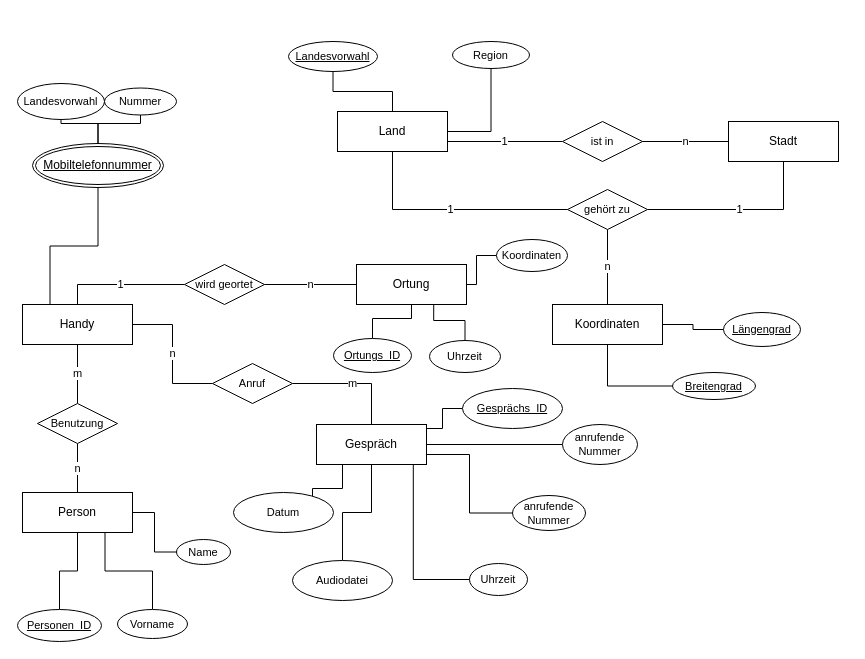
This is Geheimdienst_ER-Modell.drawio from clemens29/Datenbanksysteme-I, a draw.io file, before an edit. Source tidied: cells renumbered, new cells numbered last; positions are measured from the earlier drawing's top-left corner, leaving out a move shared by most shapes. Both pictures are drawn from the tidied source at 100%, with x=0, y=0 at pixel (17, 41).
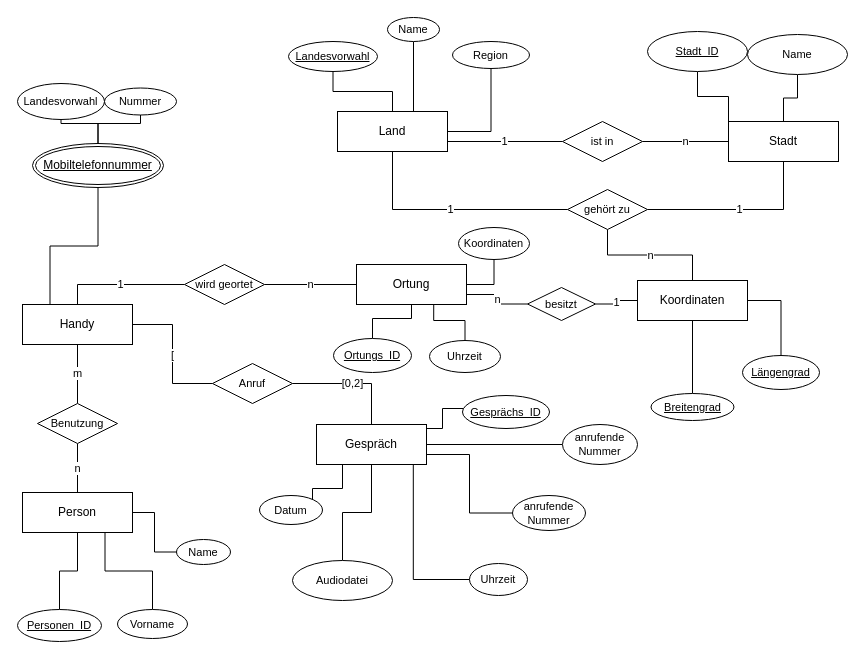
The same page after the edit.

The change refers to these unchanged cells:
```xml
<mxCell id="2" value="Handy" style="whiteSpace=wrap;html=1;align=center;" parent="1" vertex="1">
  <mxGeometry x="5" y="263" width="110" height="40" as="geometry" />
</mxCell>
<mxCell id="4" value="Land" style="whiteSpace=wrap;html=1;align=center;" parent="1" vertex="1">
  <mxGeometry x="320" y="70" width="110" height="40" as="geometry" />
</mxCell>
<mxCell id="6" value="Ortung" style="whiteSpace=wrap;html=1;align=center;" parent="1" vertex="1">
  <mxGeometry x="339" y="223" width="110" height="40" as="geometry" />
</mxCell>
<mxCell id="10" value="Stadt" style="whiteSpace=wrap;html=1;align=center;" parent="1" vertex="1">
  <mxGeometry x="711" y="80" width="110" height="40" as="geometry" />
</mxCell>
<mxCell id="14" value="Gespräch" style="whiteSpace=wrap;html=1;align=center;" parent="1" vertex="1">
  <mxGeometry x="299" y="383" width="110" height="40" as="geometry" />
</mxCell>
<mxCell id="28" value="Anruf" style="shape=rhombus;perimeter=rhombusPerimeter;whiteSpace=wrap;html=1;align=center;fontFamily=Helvetica;fontSize=11;fontColor=default;" parent="1" vertex="1">
  <mxGeometry x="195" y="322" width="80" height="40" as="geometry" />
</mxCell>
```

What changed in the source:
```diff
@@
+    <mxCell id="64" value="[" style="edgeStyle=orthogonalEdgeStyle;shape=connector;rounded=0;jettySize=auto;html=1;entryX=0;entryY=0.5;entryDx=0;entryDy=0;labelBackgroundColor=default;strokeColor=default;fontFamily=Helvetica;fontSize=11;fontColor=default;endArrow=none;endFill=0;" parent="1" edge="1" source="2" target="28">
+      <mxGeometry x="0.02" relative="1" as="geometry" />
+    </mxCell>
@@
     <mxCell id="8" value="Koordinaten" style="whiteSpace=wrap;html=1;align=center;" parent="1" vertex="1">
-      <mxGeometry x="535" y="263" width="110" height="40" as="geometry" />
+      <mxGeometry x="620" y="239" width="110" height="40" as="geometry" />
     </mxCell>
@@
-    <mxCell id="26" value="n" style="edgeStyle=orthogonalEdgeStyle;shape=connector;rounded=0;jettySize=auto;html=1;entryX=1;entryY=0.5;entryDx=0;entryDy=0;labelBackgroundColor=default;strokeColor=default;fontFamily=Helvetica;fontSize=11;fontColor=default;endArrow=none;endFill=0;" parent="1" edge="1" source="28" target="2">
-      <mxGeometry relative="1" as="geometry" />
-    </mxCell>
-    <mxCell id="27" value="m" style="edgeStyle=orthogonalEdgeStyle;shape=connector;rounded=0;jettySize=auto;html=1;entryX=0.5;entryY=0;entryDx=0;entryDy=0;labelBackgroundColor=default;strokeColor=default;fontFamily=Helvetica;fontSize=11;fontColor=default;endArrow=none;endFill=0;" parent="1" edge="1" source="28" target="14">
+    <mxCell id="27" value="[0,2]" style="edgeStyle=orthogonalEdgeStyle;shape=connector;rounded=0;jettySize=auto;html=1;entryX=0.5;entryY=0;entryDx=0;entryDy=0;labelBackgroundColor=default;strokeColor=default;fontFamily=Helvetica;fontSize=11;fontColor=default;endArrow=none;endFill=0;" parent="1" edge="1" source="28" target="14">
       <mxGeometry relative="1" as="geometry" />
     </mxCell>
@@
     <mxCell id="42" value="Längengrad" style="ellipse;whiteSpace=wrap;html=1;align=center;fontStyle=4;fontFamily=Helvetica;fontSize=11;fontColor=default;" parent="1" vertex="1">
-      <mxGeometry x="706" y="271" width="77" height="34" as="geometry" />
+      <mxGeometry x="725" y="314" width="77" height="34" as="geometry" />
     </mxCell>
@@
     <mxCell id="44" value="Breitengrad" style="ellipse;whiteSpace=wrap;html=1;align=center;fontStyle=4;fontFamily=Helvetica;fontSize=11;fontColor=default;" parent="1" vertex="1">
-      <mxGeometry x="655" y="331" width="83" height="27" as="geometry" />
+      <mxGeometry x="633.5" y="352" width="83" height="27" as="geometry" />
     </mxCell>
@@
     <mxCell id="49" value="Gesprächs_ID" style="ellipse;whiteSpace=wrap;html=1;align=center;fontStyle=4;fontFamily=Helvetica;fontSize=11;fontColor=default;" parent="1" vertex="1">
-      <mxGeometry x="445" y="347" width="100" height="40" as="geometry" />
+      <mxGeometry x="445" y="354" width="87" height="33" as="geometry" />
     </mxCell>
@@
     <mxCell id="52" value="Datum" style="ellipse;whiteSpace=wrap;html=1;align=center;fontFamily=Helvetica;fontSize=11;fontColor=default;" parent="1" vertex="1">
-      <mxGeometry x="216" y="451" width="100" height="40" as="geometry" />
+      <mxGeometry x="242" y="454" width="63" height="29" as="geometry" />
     </mxCell>
@@
     <mxCell id="59" value="Koordinaten" style="ellipse;whiteSpace=wrap;html=1;align=center;fontFamily=Helvetica;fontSize=11;fontColor=default;" parent="1" vertex="1">
-      <mxGeometry x="479" y="198" width="71" height="32" as="geometry" />
+      <mxGeometry x="441" y="186" width="71" height="32" as="geometry" />
     </mxCell>
@@
+    <mxCell id="65" style="edgeStyle=orthogonalEdgeStyle;shape=connector;rounded=0;jettySize=auto;html=1;entryX=0;entryY=0;entryDx=0;entryDy=0;labelBackgroundColor=default;strokeColor=default;fontFamily=Helvetica;fontSize=11;fontColor=default;endArrow=none;endFill=0;" parent="1" edge="1" source="66" target="10">
+      <mxGeometry relative="1" as="geometry" />
+    </mxCell>
+    <mxCell id="66" value="Stadt_ID" style="ellipse;whiteSpace=wrap;html=1;align=center;fontStyle=4;fontFamily=Helvetica;fontSize=11;fontColor=default;" parent="1" vertex="1">
+      <mxGeometry x="630" y="-10" width="100" height="40" as="geometry" />
+    </mxCell>
+    <mxCell id="67" style="edgeStyle=orthogonalEdgeStyle;shape=connector;rounded=0;jettySize=auto;html=1;labelBackgroundColor=default;strokeColor=default;fontFamily=Helvetica;fontSize=11;fontColor=default;endArrow=none;endFill=0;" parent="1" edge="1" source="68" target="10">
+      <mxGeometry relative="1" as="geometry" />
+    </mxCell>
+    <mxCell id="68" value="Name" style="ellipse;whiteSpace=wrap;html=1;align=center;fontFamily=Helvetica;fontSize=11;fontColor=default;" parent="1" vertex="1">
+      <mxGeometry x="730" y="-7" width="100" height="40" as="geometry" />
+    </mxCell>
+    <mxCell id="69" style="edgeStyle=orthogonalEdgeStyle;shape=connector;rounded=0;jettySize=auto;html=1;entryX=0.75;entryY=0;entryDx=0;entryDy=0;labelBackgroundColor=default;strokeColor=default;fontFamily=Helvetica;fontSize=11;fontColor=default;endArrow=none;endFill=0;" parent="1" edge="1" source="70" target="4">
+      <mxGeometry relative="1" as="geometry">
+        <Array as="points">
+          <mxPoint x="396" y="70" />
+        </Array>
+      </mxGeometry>
+    </mxCell>
+    <mxCell id="70" value="Name" style="ellipse;whiteSpace=wrap;html=1;align=center;fontFamily=Helvetica;fontSize=11;fontColor=default;" parent="1" vertex="1">
+      <mxGeometry x="370" y="-24" width="52" height="24" as="geometry" />
+    </mxCell>
+    <mxCell id="26" value="n" style="edgeStyle=orthogonalEdgeStyle;shape=connector;rounded=0;jettySize=auto;html=1;entryX=1;entryY=0.75;entryDx=0;entryDy=0;labelBackgroundColor=default;strokeColor=default;fontFamily=Helvetica;fontSize=11;fontColor=default;endArrow=none;endFill=0;" parent="1" edge="1" source="72" target="6">
+      <mxGeometry relative="1" as="geometry" />
+    </mxCell>
+    <mxCell id="71" value="1" style="edgeStyle=orthogonalEdgeStyle;shape=connector;rounded=0;jettySize=auto;html=1;entryX=0;entryY=0.5;entryDx=0;entryDy=0;labelBackgroundColor=default;strokeColor=default;fontFamily=Helvetica;fontSize=11;fontColor=default;endArrow=none;endFill=0;" parent="1" edge="1" source="72" target="8">
+      <mxGeometry relative="1" as="geometry" />
+    </mxCell>
+    <mxCell id="72" value="besitzt" style="shape=rhombus;perimeter=rhombusPerimeter;whiteSpace=wrap;html=1;align=center;fontFamily=Helvetica;fontSize=11;fontColor=default;" parent="1" vertex="1">
+      <mxGeometry x="510" y="246" width="68" height="33" as="geometry" />
+    </mxCell>
```
